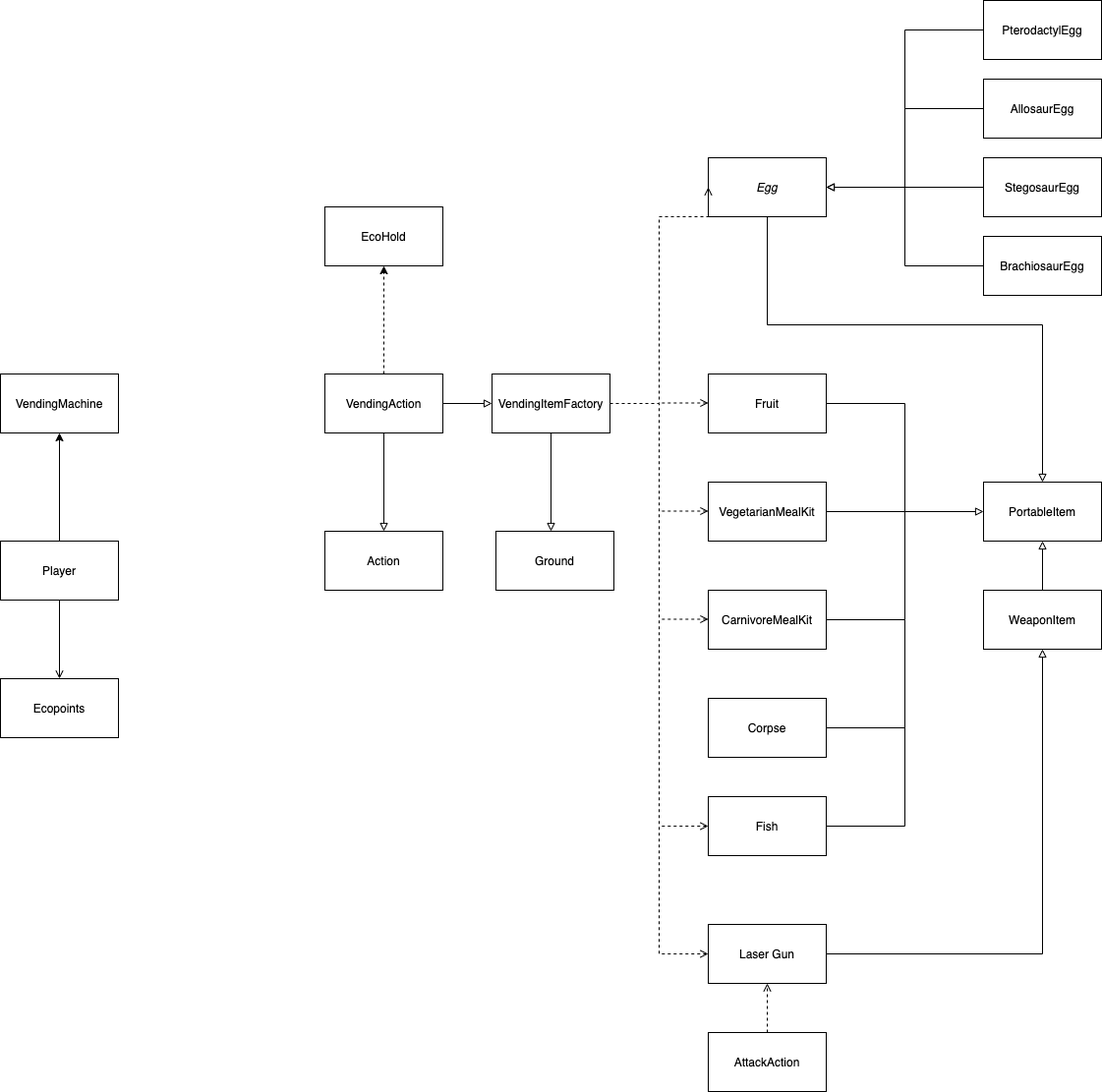
The draw.io diagram docs/FIT2099_A1_UML_ItemsVendingMachine.png in Nochl/Jurrasic_Park_Sim, before a commit. Source tidied: cells renumbered, new cells last; positions are measured from the earlier drawing's top-left corner, leaving out a move shared by most shapes.
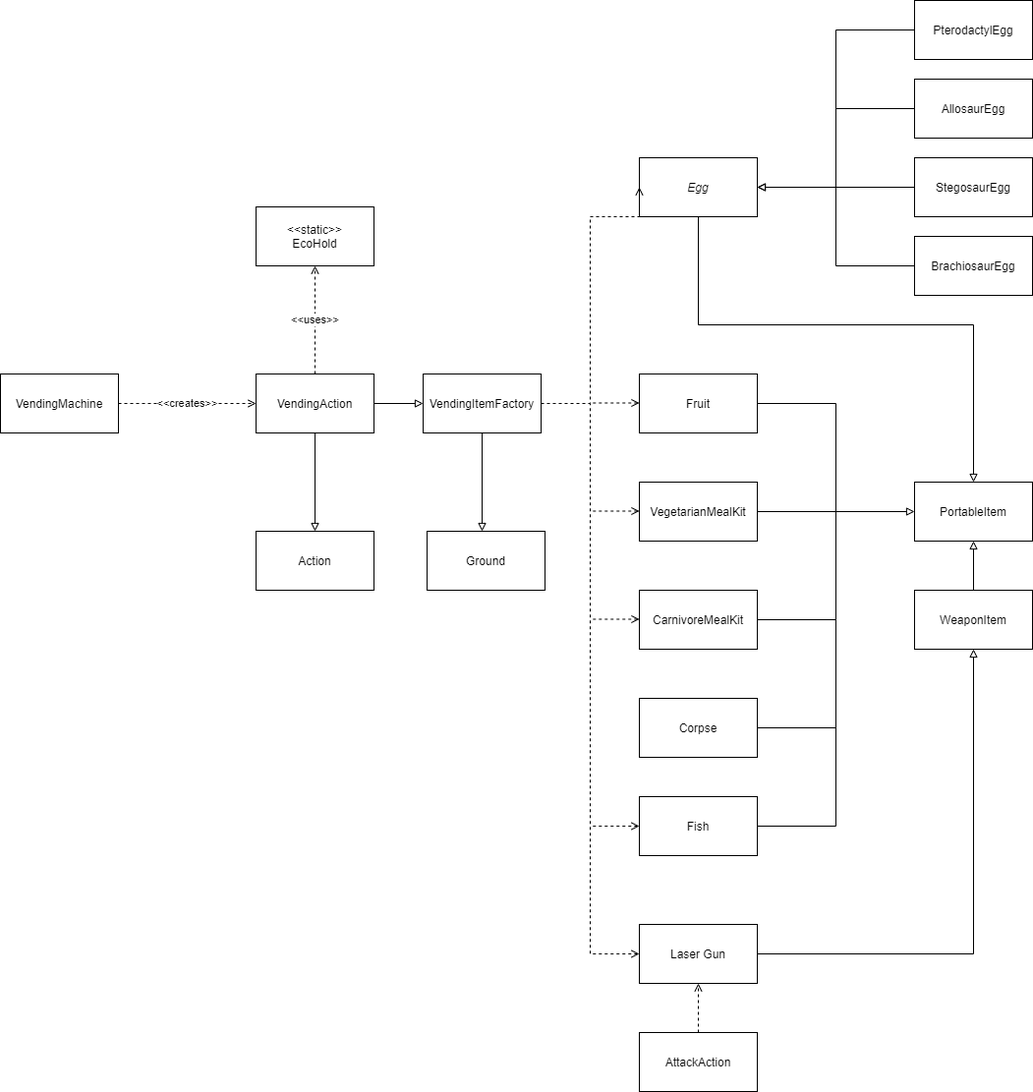
Later version of the same file.

Commit message:
Added static keyword in all static classes

The edit, as a diff of the source:
```diff
@@ -56,7 +56,7 @@
     <mxCell id="14" style="edgeStyle=orthogonalEdgeStyle;rounded=0;jettySize=auto;html=1;exitX=1;exitY=0.5;exitDx=0;exitDy=0;entryX=0;entryY=0.5;entryDx=0;entryDy=0;endArrow=block;endFill=0;" parent="1" edge="1" source="16" target="23">
       <mxGeometry relative="1" as="geometry" />
     </mxCell>
-    <mxCell id="15" style="edgeStyle=orthogonalEdgeStyle;rounded=0;jettySize=auto;html=1;entryX=0.5;entryY=1;entryDx=0;entryDy=0;dashed=1;" parent="1" edge="1" source="16" target="43">
+    <mxCell id="15" value="&amp;lt;&amp;lt;uses&amp;gt;&amp;gt;" style="edgeStyle=orthogonalEdgeStyle;rounded=0;jettySize=auto;html=1;entryX=0.5;entryY=1;entryDx=0;entryDy=0;dashed=1;endArrow=open;endFill=0;" parent="1" edge="1" source="16" target="43">
       <mxGeometry relative="1" as="geometry" />
     </mxCell>
     <mxCell id="16" value="VendingAction" style="whiteSpace=wrap;html=1;" parent="1" vertex="1">
@@ -108,15 +108,6 @@
         <mxPoint x="670" y="629.5" as="targetPoint" />
       </mxGeometry>
     </mxCell>
-    <mxCell id="27" style="edgeStyle=orthogonalEdgeStyle;rounded=0;jettySize=auto;html=1;entryX=0.5;entryY=0;entryDx=0;entryDy=0;endArrow=open;endFill=0;" parent="1" edge="1" source="29" target="41">
-      <mxGeometry relative="1" as="geometry" />
-    </mxCell>
-    <mxCell id="28" style="edgeStyle=orthogonalEdgeStyle;rounded=0;jettySize=auto;html=1;exitX=0.5;exitY=0;exitDx=0;exitDy=0;entryX=0.5;entryY=1;entryDx=0;entryDy=0;" parent="1" edge="1" source="29" target="42">
-      <mxGeometry relative="1" as="geometry" />
-    </mxCell>
-    <mxCell id="29" value="Player" style="whiteSpace=wrap;html=1;" parent="1" vertex="1">
-      <mxGeometry y="550" width="120" height="60" as="geometry" />
-    </mxCell>
     <mxCell id="30" value="Ground" style="whiteSpace=wrap;html=1;" parent="1" vertex="1">
       <mxGeometry x="504" y="540" width="120" height="60" as="geometry" />
     </mxCell>
@@ -156,13 +147,13 @@
     <mxCell id="40" value="AttackAction" style="rounded=0;whiteSpace=wrap;html=1;" parent="1" vertex="1">
       <mxGeometry x="720" y="1050" width="120" height="60" as="geometry" />
     </mxCell>
-    <mxCell id="41" value="Ecopoints" style="whiteSpace=wrap;html=1;" parent="1" vertex="1">
-      <mxGeometry y="690" width="120" height="60" as="geometry" />
-    </mxCell>
+    <mxCell id="49" value="&amp;lt;&amp;lt;creates&amp;gt;&amp;gt;" style="edgeStyle=orthogonalEdgeStyle;rounded=0;jettySize=auto;html=1;exitX=1;exitY=0.5;exitDx=0;exitDy=0;entryX=0;entryY=0.5;entryDx=0;entryDy=0;endArrow=open;endFill=0;dashed=1;" parent="1" edge="1" source="42" target="16">
+      <mxGeometry relative="1" as="geometry" />
+    </mxCell>
     <mxCell id="42" value="VendingMachine" style="whiteSpace=wrap;html=1;" parent="1" vertex="1">
-      <mxGeometry y="380" width="120" height="60" as="geometry" />
+      <mxGeometry x="70" y="380" width="120" height="60" as="geometry" />
     </mxCell>
-    <mxCell id="43" value="EcoHold" style="whiteSpace=wrap;html=1;" parent="1" vertex="1">
+    <mxCell id="43" value="&amp;lt;&amp;lt;static&amp;gt;&amp;gt;&lt;br&gt;EcoHold" style="whiteSpace=wrap;html=1;" parent="1" vertex="1">
       <mxGeometry x="330" y="210" width="120" height="60" as="geometry" />
     </mxCell>
     <mxCell id="44" value="PterodactylEgg" style="whiteSpace=wrap;html=1;" parent="1" vertex="1">
```
